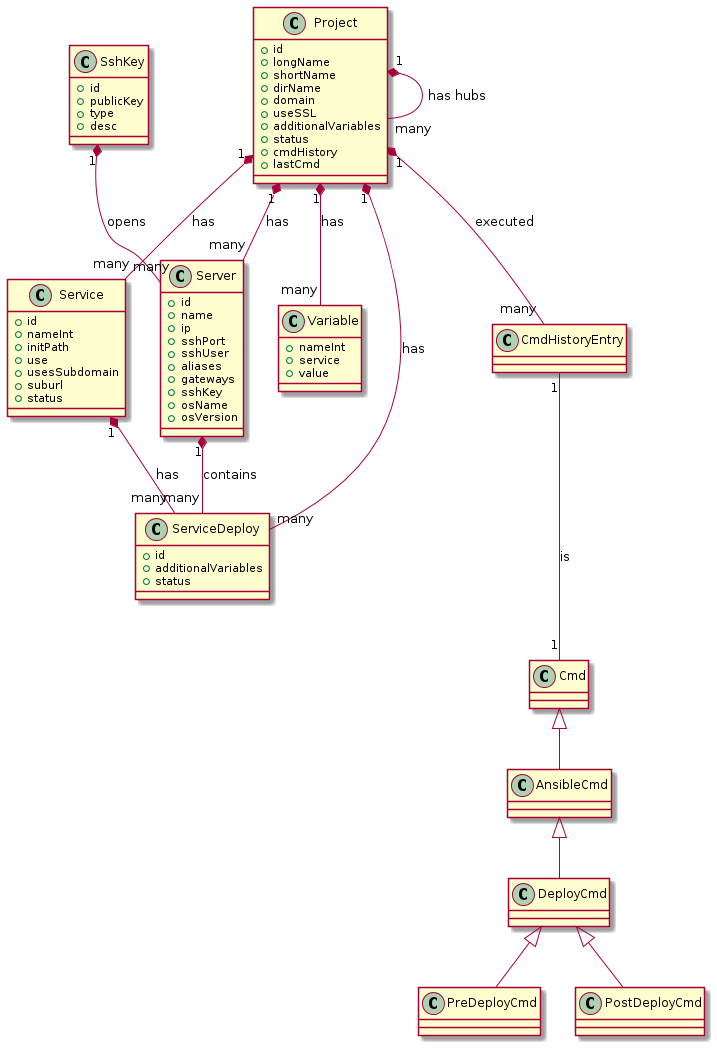
The PlantUML diagram diagram.png in living-atlases/la-toolkit-backend, before a commit.
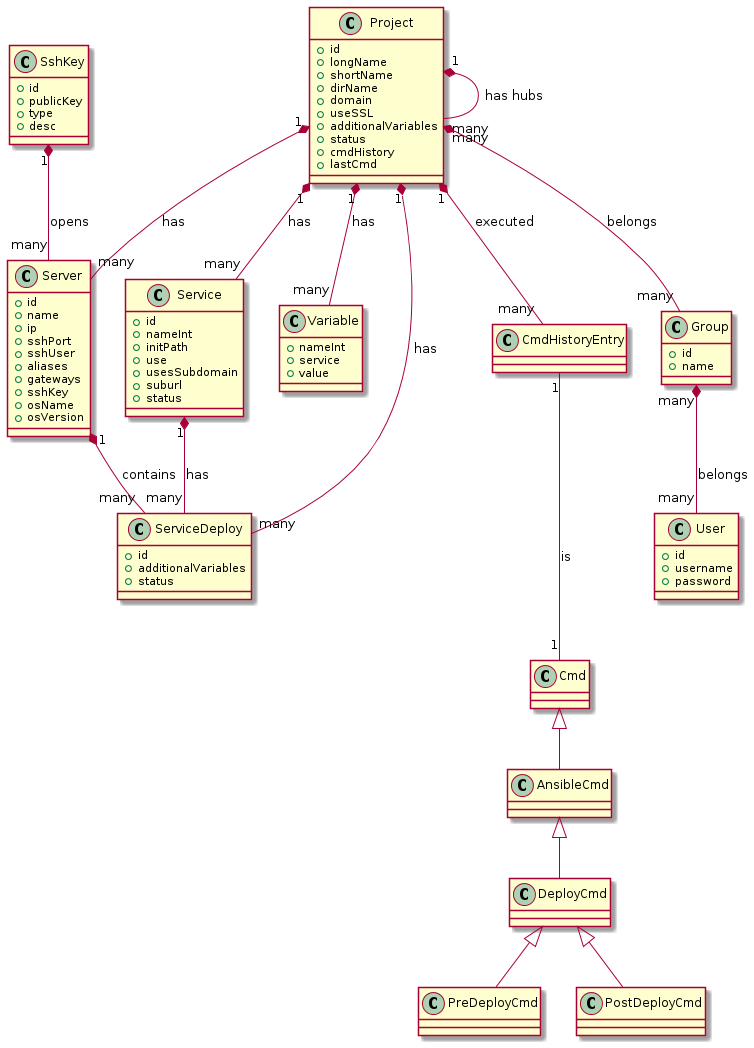
After the commit.

What changed in the source:
```diff
@@ -72,6 +72,17 @@
 class PostDeployCmd {
 }
 
+class User {
+ + id
+ + username
+ + password
+}
+
+class Group {
+ + id
+ + name
+}
+
 Project "1" *-- "many" Project : has hubs
 Project "1" *-- "many" Server : has
 Project "1" *-- "many" Service : has
@@ -85,8 +96,10 @@
 
 Service "1" *-- "many" ServiceDeploy : has
 
+CmdHistoryEntry "1" --- "1" Cmd : is
 
-CmdHistoryEntry "1" --- "1" Cmd : is
+Group "many" *-- "many" User : belongs
+Project "many" *-- "many" Group : belongs
 
 Cmd <|-- AnsibleCmd
 AnsibleCmd <|-- DeployCmd
```
